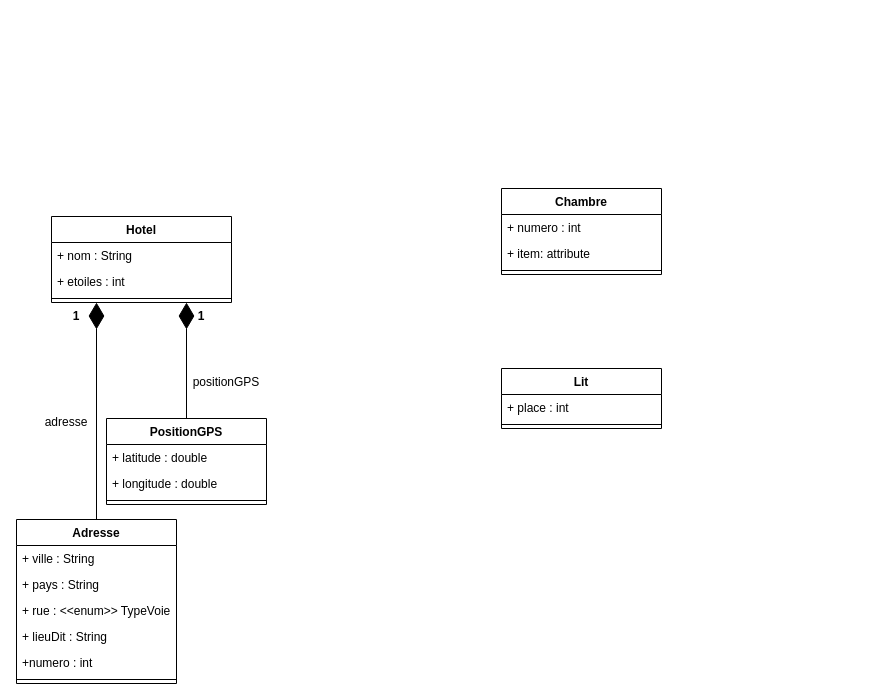
Above: M1/704_ALD/TP2_SOAP/Schéma_UML_service.drawio in Sc00bi/Master-GL (draw.io), before the change. Source tidied: cells renumbered, new cells numbered last; positions are measured from the earlier drawing's top-left corner, leaving out a move shared by most shapes. Both pictures are drawn from the tidied source at 100%, with x=0, y=0 at pixel (16, 188).
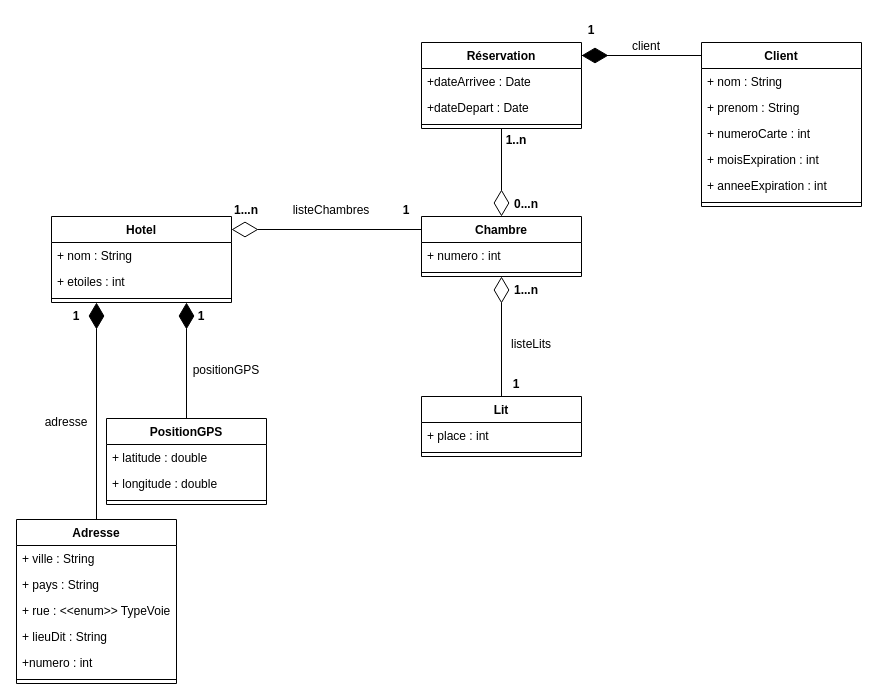
Above is the later version.

Change to the diagram source:
```diff
@@
-    <mxCell id="21" value="positionGPS" style="text;align=center;fontStyle=0;verticalAlign=middle;spacingLeft=3;spacingRight=3;strokeColor=none;" parent="1" vertex="1">
-      <mxGeometry x="170" y="180" width="80" height="26" as="geometry" />
+    <mxCell id="21" value="client" style="text;align=center;fontStyle=0;verticalAlign=middle;spacingLeft=3;spacingRight=3;strokeColor=none;" parent="1" vertex="1">
+      <mxGeometry x="590" y="-156" width="80" height="26" as="geometry" />
     </mxCell>
@@
     <mxCell id="23" value="Chambre" style="swimlane;fontStyle=1;align=center;verticalAlign=top;horizontal=1;startSize=26;" parent="1" vertex="1">
-      <mxGeometry x="485" width="160" height="86" as="geometry" />
+      <mxGeometry x="405" y="28" width="160" height="60" as="geometry" />
     </mxCell>
@@
-    <mxCell id="25" value="+ item: attribute" style="text;strokeColor=none;fillColor=none;align=left;verticalAlign=top;spacingLeft=4;spacingRight=4;overflow=hidden;" parent="23" vertex="1">
-      <mxGeometry y="52" width="160" height="26" as="geometry" />
-    </mxCell>
     <mxCell id="26" style="line;strokeWidth=1;fillColor=none;align=left;verticalAlign=middle;spacingTop=-1;spacingLeft=3;spacingRight=3;labelPosition=right;" parent="23" vertex="1">
-      <mxGeometry y="78" width="160" height="8" as="geometry" />
+      <mxGeometry y="52" width="160" height="8" as="geometry" />
     </mxCell>
     <mxCell id="27" value="Lit" style="swimlane;fontStyle=1;align=center;verticalAlign=top;horizontal=1;startSize=26;" parent="1" vertex="1">
-      <mxGeometry x="485" y="180" width="160" height="60" as="geometry" />
+      <mxGeometry x="405" y="208" width="160" height="60" as="geometry" />
     </mxCell>
@@
+    <mxCell id="30" style="endArrow=diamondThin;endFill=0;endSize=24;html=1;rounded=0;entryX=0.5;entryY=1;entryDx=0;entryDy=0;exitX=0.5;exitY=0;exitDx=0;exitDy=0;" parent="1" edge="1" source="27" target="23">
+      <mxGeometry relative="1" as="geometry" />
+    </mxCell>
+    <mxCell id="31" value="listeLits" style="text;align=center;fontStyle=0;verticalAlign=middle;spacingLeft=3;spacingRight=3;strokeColor=none;" parent="1" vertex="1">
+      <mxGeometry x="475" y="142" width="80" height="26" as="geometry" />
+    </mxCell>
+    <mxCell id="32" value="1...n" style="text;align=center;fontStyle=1;verticalAlign=middle;spacingLeft=3;spacingRight=3;strokeColor=none;" parent="1" vertex="1">
+      <mxGeometry x="495" y="88" width="30" height="26" as="geometry" />
+    </mxCell>
+    <mxCell id="33" value="1" style="text;align=center;fontStyle=1;verticalAlign=middle;spacingLeft=3;spacingRight=3;strokeColor=none;" parent="1" vertex="1">
+      <mxGeometry x="485" y="182" width="30" height="26" as="geometry" />
+    </mxCell>
+    <mxCell id="34" style="endArrow=diamondThin;endFill=0;endSize=24;html=1;rounded=0;entryX=1;entryY=0;entryDx=0;entryDy=0;exitX=0;exitY=0;exitDx=0;exitDy=0;" parent="1" edge="1">
+      <mxGeometry relative="1" as="geometry">
+        <mxPoint x="405" y="41" as="sourcePoint" />
+        <mxPoint x="215" y="41" as="targetPoint" />
+      </mxGeometry>
+    </mxCell>
+    <mxCell id="35" value="1...n" style="text;align=center;fontStyle=1;verticalAlign=middle;spacingLeft=3;spacingRight=3;strokeColor=none;" parent="1" vertex="1">
+      <mxGeometry x="215" y="8" width="30" height="26" as="geometry" />
+    </mxCell>
+    <mxCell id="36" value="1" style="text;align=center;fontStyle=1;verticalAlign=middle;spacingLeft=3;spacingRight=3;strokeColor=none;" parent="1" vertex="1">
+      <mxGeometry x="375" y="8" width="30" height="26" as="geometry" />
+    </mxCell>
+    <mxCell id="37" value="listeChambres" style="text;align=center;fontStyle=0;verticalAlign=middle;spacingLeft=3;spacingRight=3;strokeColor=none;" parent="1" vertex="1">
+      <mxGeometry x="275" y="8" width="80" height="26" as="geometry" />
+    </mxCell>
+    <mxCell id="38" value="Réservation" style="swimlane;fontStyle=1;align=center;verticalAlign=top;horizontal=1;startSize=26;" parent="1" vertex="1">
+      <mxGeometry x="405" y="-146" width="160" height="86" as="geometry" />
+    </mxCell>
+    <mxCell id="39" value="+dateArrivee : Date" style="text;strokeColor=none;fillColor=none;align=left;verticalAlign=top;spacingLeft=4;spacingRight=4;overflow=hidden;" parent="38" vertex="1">
+      <mxGeometry y="26" width="160" height="26" as="geometry" />
+    </mxCell>
+    <mxCell id="40" value="+dateDepart : Date" style="text;strokeColor=none;fillColor=none;align=left;verticalAlign=top;spacingLeft=4;spacingRight=4;overflow=hidden;" parent="38" vertex="1">
+      <mxGeometry y="52" width="160" height="26" as="geometry" />
+    </mxCell>
+    <mxCell id="41" style="line;strokeWidth=1;fillColor=none;align=left;verticalAlign=middle;spacingTop=-1;spacingLeft=3;spacingRight=3;labelPosition=right;" parent="38" vertex="1">
+      <mxGeometry y="78" width="160" height="8" as="geometry" />
+    </mxCell>
+    <mxCell id="42" value="Client" style="swimlane;fontStyle=1;align=center;verticalAlign=top;horizontal=1;startSize=26;" parent="1" vertex="1">
+      <mxGeometry x="685" y="-146" width="160" height="164" as="geometry" />
+    </mxCell>
+    <mxCell id="43" value="+ nom : String" style="text;strokeColor=none;fillColor=none;align=left;verticalAlign=top;spacingLeft=4;spacingRight=4;overflow=hidden;" parent="42" vertex="1">
+      <mxGeometry y="26" width="160" height="26" as="geometry" />
+    </mxCell>
+    <mxCell id="44" value="+ prenom : String" style="text;strokeColor=none;fillColor=none;align=left;verticalAlign=top;spacingLeft=4;spacingRight=4;overflow=hidden;" parent="42" vertex="1">
+      <mxGeometry y="52" width="160" height="26" as="geometry" />
+    </mxCell>
+    <mxCell id="45" value="+ numeroCarte : int" style="text;strokeColor=none;fillColor=none;align=left;verticalAlign=top;spacingLeft=4;spacingRight=4;overflow=hidden;" parent="42" vertex="1">
+      <mxGeometry y="78" width="160" height="26" as="geometry" />
+    </mxCell>
+    <mxCell id="46" value="+ moisExpiration : int" style="text;strokeColor=none;fillColor=none;align=left;verticalAlign=top;spacingLeft=4;spacingRight=4;overflow=hidden;" parent="42" vertex="1">
+      <mxGeometry y="104" width="160" height="26" as="geometry" />
+    </mxCell>
+    <mxCell id="47" value="+ anneeExpiration : int" style="text;strokeColor=none;fillColor=none;align=left;verticalAlign=top;spacingLeft=4;spacingRight=4;overflow=hidden;" parent="42" vertex="1">
+      <mxGeometry y="130" width="160" height="26" as="geometry" />
+    </mxCell>
+    <mxCell id="48" style="line;strokeWidth=1;fillColor=none;align=left;verticalAlign=middle;spacingTop=-1;spacingLeft=3;spacingRight=3;labelPosition=right;" parent="42" vertex="1">
+      <mxGeometry y="156" width="160" height="8" as="geometry" />
+    </mxCell>
+    <mxCell id="49" style="endArrow=diamondThin;endFill=1;endSize=24;html=1;rounded=0;exitX=1;exitY=0;exitDx=0;exitDy=0;" parent="1" edge="1">
+      <mxGeometry relative="1" as="geometry">
+        <mxPoint x="565" y="-133" as="sourcePoint" />
+        <mxPoint x="565" y="-133" as="targetPoint" />
+        <Array as="points">
+          <mxPoint x="685" y="-133" />
+        </Array>
+      </mxGeometry>
+    </mxCell>
+    <mxCell id="50" value="1" style="text;align=center;fontStyle=1;verticalAlign=middle;spacingLeft=3;spacingRight=3;strokeColor=none;" parent="1" vertex="1">
+      <mxGeometry x="560" y="-172" width="30" height="26" as="geometry" />
+    </mxCell>
+    <mxCell id="51" value="positionGPS" style="text;align=center;fontStyle=0;verticalAlign=middle;spacingLeft=3;spacingRight=3;strokeColor=none;" parent="1" vertex="1">
+      <mxGeometry x="170" y="168" width="80" height="26" as="geometry" />
+    </mxCell>
+    <mxCell id="52" style="endArrow=diamondThin;endFill=0;endSize=24;html=1;rounded=0;entryX=0.5;entryY=0;entryDx=0;entryDy=0;exitX=0.5;exitY=1;exitDx=0;exitDy=0;" parent="1" edge="1" source="38" target="23">
+      <mxGeometry relative="1" as="geometry" />
+    </mxCell>
+    <mxCell id="53" value="1..n" style="text;align=center;fontStyle=1;verticalAlign=middle;spacingLeft=3;spacingRight=3;strokeColor=none;" parent="1" vertex="1">
+      <mxGeometry x="485" y="-62" width="30" height="26" as="geometry" />
+    </mxCell>
+    <mxCell id="54" value="0...n" style="text;align=center;fontStyle=1;verticalAlign=middle;spacingLeft=3;spacingRight=3;strokeColor=none;" parent="1" vertex="1">
+      <mxGeometry x="495" y="2" width="30" height="26" as="geometry" />
+    </mxCell>
```
